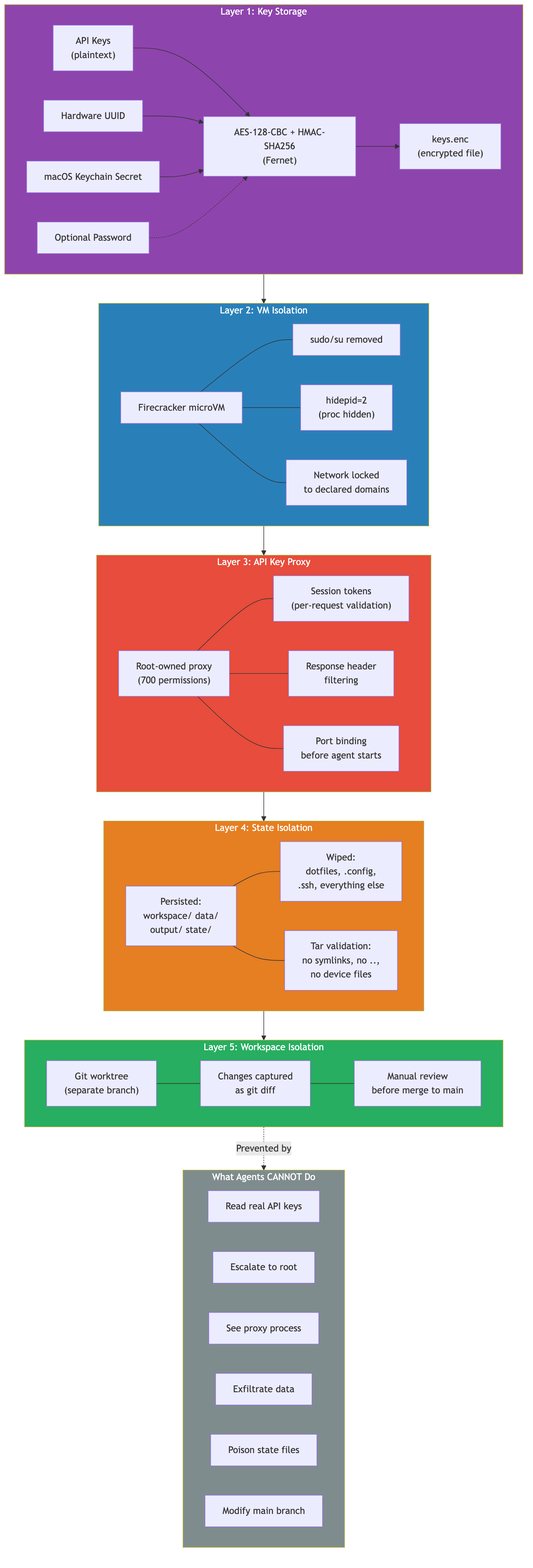
Earlier version of the Mermaid export docs/diagrams/security-model.png (andybrowning5/primordial-agentstore). Its source is kept beside it as docs/diagrams/security-model.mmd.
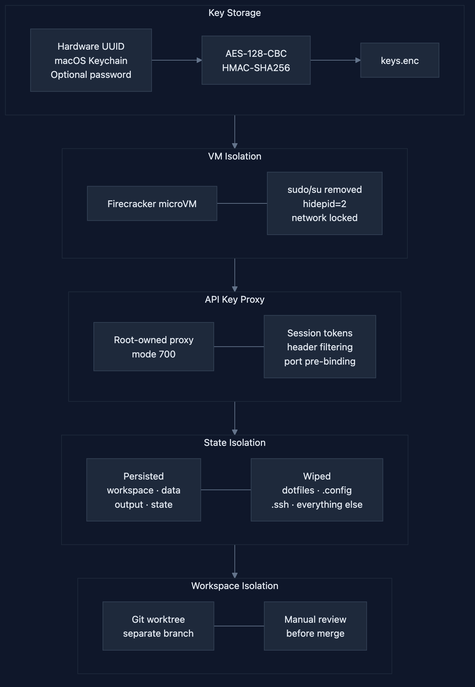
After the change.

What changed in the source:
```diff
@@ -1,83 +1,41 @@
 graph TB
-    subgraph Layer1["Layer 1: Key Storage"]
+    subgraph L1 ["Key Storage"]
         direction LR
-        Keys["API Keys<br/>(plaintext)"]
-        HW["Hardware UUID"]
-        KC["macOS Keychain Secret"]
-        PW["Optional Password"]
-        Fernet["AES-128-CBC + HMAC-SHA256<br/>(Fernet)"]
-        EncFile["keys.enc<br/>(encrypted file)"]
-
-        Keys --> Fernet
-        HW --> Fernet
-        KC --> Fernet
-        PW -.-> Fernet
-        Fernet --> EncFile
+        inputs["Hardware UUID\nmacOS Keychain\nOptional password"]
+        encrypt["AES-128-CBC\nHMAC-SHA256"]
+        vault["keys.enc"]
+        inputs --> encrypt --> vault
     end
 
-    subgraph Layer2["Layer 2: VM Isolation"]
+    subgraph L2 ["VM Isolation"]
         direction LR
-        FC["Firecracker microVM"]
-        NoSudo["sudo/su removed"]
-        HidePid["hidepid=2<br/>(proc hidden)"]
-        NetLock["Network locked<br/>to declared domains"]
-
-        FC --- NoSudo
-        FC --- HidePid
-        FC --- NetLock
+        vm["Firecracker microVM"]
+        harden["sudo/su removed\nhidepid=2\nnetwork locked"]
+        vm --- harden
     end
 
-    subgraph Layer3["Layer 3: API Key Proxy"]
+    subgraph L3 ["API Key Proxy"]
         direction LR
-        ProxyProc["Root-owned proxy<br/>(700 permissions)"]
-        SessToken["Session tokens<br/>(per-request validation)"]
-        HeaderFilter["Response header<br/>filtering"]
-        PortBind["Port binding<br/>before agent starts"]
-
-        ProxyProc --- SessToken
-        ProxyProc --- HeaderFilter
-        ProxyProc --- PortBind
+        proxy["Root-owned proxy\nmode 700"]
+        tokens["Session tokens\nheader filtering\nport pre-binding"]
+        proxy --- tokens
     end
 
-    subgraph Layer4["Layer 4: State Isolation"]
+    subgraph L4 ["State Isolation"]
         direction LR
-        Allowed["Persisted:<br/>workspace/ data/<br/>output/ state/"]
-        Denied["Wiped:<br/>dotfiles, .config,<br/>.ssh, everything else"]
-        TarVal["Tar validation:<br/>no symlinks, no ..,<br/>no device files"]
-
-        Allowed --- Denied
-        Allowed --- TarVal
+        persist["Persisted\nworkspace · data\noutput · state"]
+        wiped["Wiped\ndotfiles · .config\n.ssh · everything else"]
+        persist --- wiped
     end
 
-    subgraph Layer5["Layer 5: Workspace Isolation"]
+    subgraph L5 ["Workspace Isolation"]
         direction LR
-        Worktree["Git worktree<br/>(separate branch)"]
-        DiffReview["Changes captured<br/>as git diff"]
-        MergeGate["Manual review<br/>before merge to main"]
-
-        Worktree --- DiffReview
-        DiffReview --- MergeGate
+        worktree["Git worktree\nseparate branch"]
+        review["Manual review\nbefore merge"]
+        worktree --- review
     end
 
-    Layer1 --> Layer2
-    Layer2 --> Layer3
-    Layer3 --> Layer4
-    Layer4 --> Layer5
+    L1 --> L2 --> L3 --> L4 --> L5
 
-    subgraph Blocked["What Agents CANNOT Do"]
-        B1["Read real API keys"]
-        B2["Escalate to root"]
-        B3["See proxy process"]
-        B4["Exfiltrate data"]
-        B5["Poison state files"]
-        B6["Modify main branch"]
-    end
-
-    Layer5 -.->|"Prevented by"| Blocked
-
-    style Layer1 fill:#8E44AD,color:#fff
-    style Layer2 fill:#2980B9,color:#fff
-    style Layer3 fill:#E74C3C,color:#fff
-    style Layer4 fill:#E67E22,color:#fff
-    style Layer5 fill:#27AE60,color:#fff
-    style Blocked fill:#7F8C8D,color:#fff
+    classDef default fill:#1e293b,stroke:#334155,color:#e2e8f0
+    classDef layer fill:#0f172a,stroke:#1e3a5f,color:#94a3b8
```
